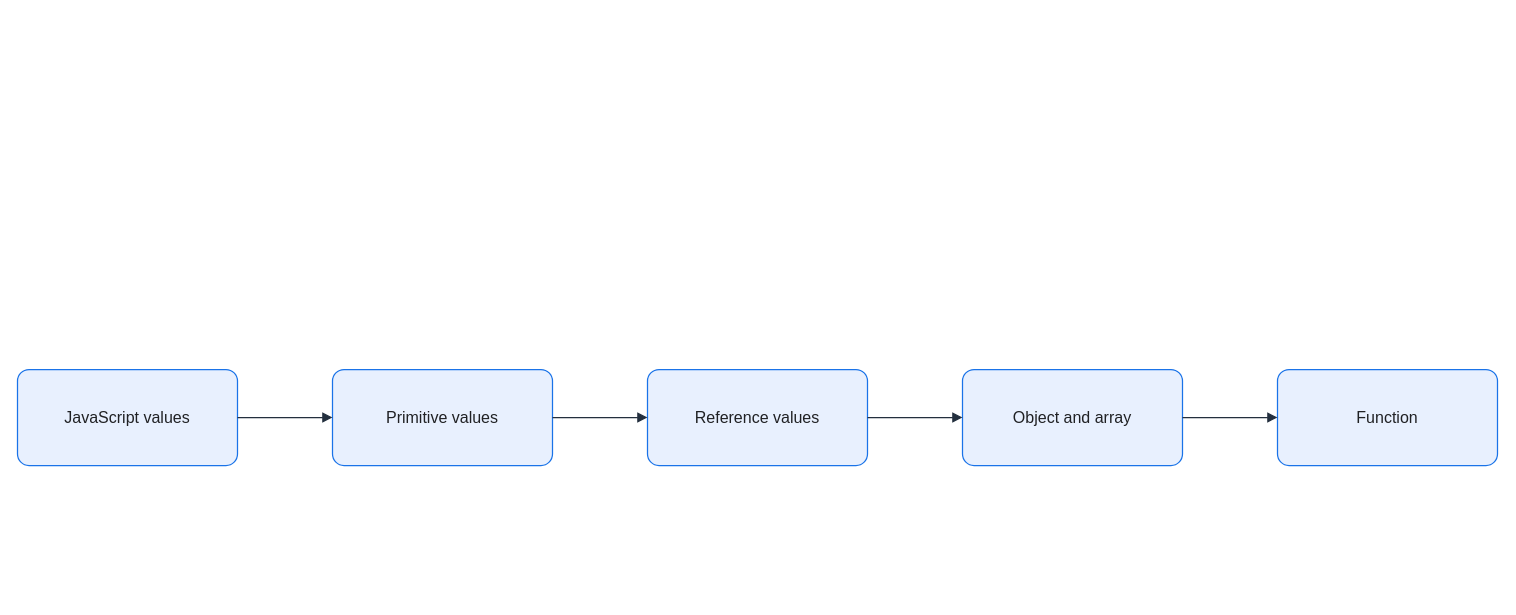
The draw.io diagram assets/img/javascript/javascript-data-type-model.drawio in KKamJi98/kkamji98.github.io, before the edit. Source tidied: cells renumbered, new cells numbered last; positions are measured from the earlier drawing's top-left corner, leaving out a move shared by most shapes. Both pictures are drawn from the tidied source at 100%, with x=0, y=0 at pixel (17, 369).
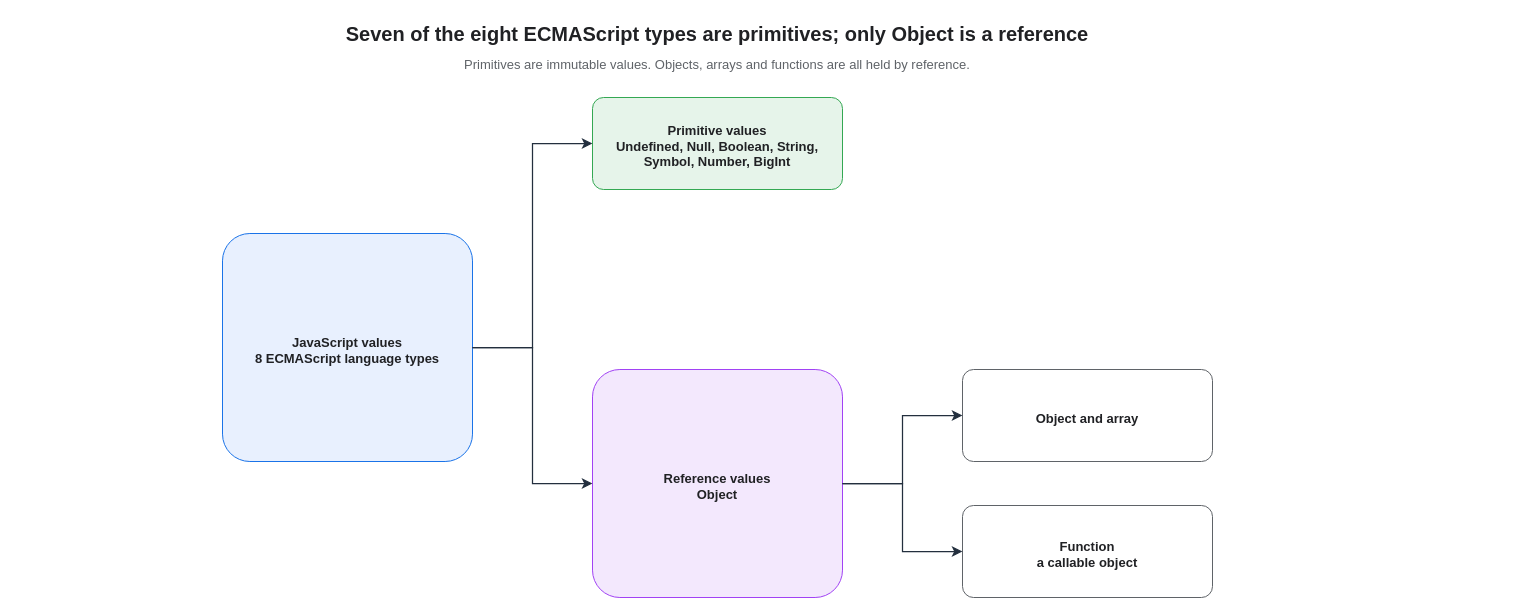
After the change.

Diff of the diagram source:
```diff
@@
 <mxGraphModel background="#FFFFFF">
   <root>
     <mxCell id="0" />
     <mxCell id="1" parent="0" />
-    <mxCell id="2" value="JavaScript values" style="rounded=1;arcSize=12;whiteSpace=wrap;html=0;fillColor=#E8F0FE;strokeColor=#1A73E8;strokeWidth=1.25;fontColor=#202124;fontSize=16;align=center;verticalAlign=middle;spacing=8;shadow=0;" parent="1" vertex="1">
-      <mxGeometry width="220" height="96" as="geometry" />
-    </mxCell>
-    <mxCell id="3" value="Primitive values" style="rounded=1;arcSize=12;whiteSpace=wrap;html=0;fillColor=#E8F0FE;strokeColor=#1A73E8;strokeWidth=1.25;fontColor=#202124;fontSize=16;align=center;verticalAlign=middle;spacing=8;shadow=0;" parent="1" vertex="1">
-      <mxGeometry x="315" width="220" height="96" as="geometry" />
-    </mxCell>
-    <mxCell id="4" value="Reference values" style="rounded=1;arcSize=12;whiteSpace=wrap;html=0;fillColor=#E8F0FE;strokeColor=#1A73E8;strokeWidth=1.25;fontColor=#202124;fontSize=16;align=center;verticalAlign=middle;spacing=8;shadow=0;" parent="1" vertex="1">
-      <mxGeometry x="630" width="220" height="96" as="geometry" />
-    </mxCell>
+    <mxCell id="11" value="Seven of the eight ECMAScript types are primitives; only Object is a reference" style="text;html=0;strokeColor=none;fillColor=none;align=center;verticalAlign=middle;fontColor=#202124;fontSize=20;fontStyle=1;" parent="1" vertex="1">
+      <mxGeometry x="205" y="-352" width="990" height="30" as="geometry" />
+    </mxCell>
+    <mxCell id="12" value="Primitives are immutable values. Objects, arrays and functions are all held by reference." style="text;html=0;strokeColor=none;fillColor=none;align=center;verticalAlign=middle;fontColor=#5F6368;fontSize=13;" parent="1" vertex="1">
+      <mxGeometry x="205" y="-318" width="990" height="24" as="geometry" />
+    </mxCell>
+    <mxCell id="13" value="JavaScript values&#10;8 ECMAScript language types" style="rounded=1;whiteSpace=wrap;html=0;arcSize=12;fillColor=#E8F0FE;strokeColor=#1A73E8;fontColor=#202124;fontSize=13;fontStyle=1;align=center;verticalAlign=middle;spacingTop=6;spacingLeft=6;spacingRight=6;" parent="1" vertex="1">
+      <mxGeometry x="205" y="-136" width="250" height="228" as="geometry" />
+    </mxCell>
+    <mxCell id="14" value="Primitive values&#10;Undefined, Null, Boolean, String, Symbol, Number, BigInt" style="rounded=1;whiteSpace=wrap;html=0;arcSize=12;fillColor=#E6F4EA;strokeColor=#34A853;fontColor=#202124;fontSize=13;fontStyle=1;align=center;verticalAlign=middle;spacingTop=6;spacingLeft=6;spacingRight=6;" parent="1" vertex="1">
+      <mxGeometry x="575" y="-272" width="250" height="92" as="geometry" />
+    </mxCell>
+    <mxCell id="15" value="Reference values&#10;Object" style="rounded=1;whiteSpace=wrap;html=0;arcSize=12;fillColor=#F3E8FD;strokeColor=#A142F4;fontColor=#202124;fontSize=13;fontStyle=1;align=center;verticalAlign=middle;spacingTop=6;spacingLeft=6;spacingRight=6;" parent="1" vertex="1">
+      <mxGeometry x="575" width="250" height="228" as="geometry" />
+    </mxCell>
-    <mxCell id="5" value="Object and array" style="rounded=1;arcSize=12;whiteSpace=wrap;html=0;fillColor=#E8F0FE;strokeColor=#1A73E8;strokeWidth=1.25;fontColor=#202124;fontSize=16;align=center;verticalAlign=middle;spacing=8;shadow=0;" parent="1" vertex="1">
-      <mxGeometry x="945" width="220" height="96" as="geometry" />
+    <mxCell id="5" value="Object and array" style="rounded=1;whiteSpace=wrap;html=0;arcSize=12;fillColor=#FFFFFF;strokeColor=#5F6368;fontColor=#202124;fontSize=13;fontStyle=1;align=center;verticalAlign=middle;spacingTop=6;spacingLeft=6;spacingRight=6;" parent="1" vertex="1">
+      <mxGeometry x="945" width="250" height="92" as="geometry" />
     </mxCell>
-    <mxCell id="6" value="Function" style="rounded=1;arcSize=12;whiteSpace=wrap;html=0;fillColor=#E8F0FE;strokeColor=#1A73E8;strokeWidth=1.25;fontColor=#202124;fontSize=16;align=center;verticalAlign=middle;spacing=8;shadow=0;" parent="1" vertex="1">
-      <mxGeometry x="1260" width="220" height="96" as="geometry" />
-    </mxCell>
-    <mxCell id="7" style="edgeStyle=orthogonalEdgeStyle;rounded=0;jettySize=auto;html=0;endArrow=block;endFill=1;strokeColor=#232F3E;strokeWidth=1.25;fontColor=#202124;labelBackgroundColor=none;exitX=1;exitY=0.5;exitDx=0;exitDy=0;entryX=0;entryY=0.5;entryDx=0;entryDy=0;endSize=7;" parent="1" edge="1" source="2" target="3">
-      <mxGeometry relative="1" as="geometry" />
-    </mxCell>
-    <mxCell id="8" style="edgeStyle=orthogonalEdgeStyle;rounded=0;jettySize=auto;html=0;endArrow=block;endFill=1;strokeColor=#232F3E;strokeWidth=1.25;fontColor=#202124;labelBackgroundColor=none;exitX=1;exitY=0.5;exitDx=0;exitDy=0;entryX=0;entryY=0.5;entryDx=0;entryDy=0;endSize=7;" parent="1" edge="1" source="3" target="4">
-      <mxGeometry relative="1" as="geometry" />
-    </mxCell>
-    <mxCell id="9" style="edgeStyle=orthogonalEdgeStyle;rounded=0;jettySize=auto;html=0;endArrow=block;endFill=1;strokeColor=#232F3E;strokeWidth=1.25;fontColor=#202124;labelBackgroundColor=none;exitX=1;exitY=0.5;exitDx=0;exitDy=0;entryX=0;entryY=0.5;entryDx=0;entryDy=0;endSize=7;" parent="1" edge="1" source="4" target="5">
-      <mxGeometry relative="1" as="geometry" />
-    </mxCell>
-    <mxCell id="10" style="edgeStyle=orthogonalEdgeStyle;rounded=0;jettySize=auto;html=0;endArrow=block;endFill=1;strokeColor=#232F3E;strokeWidth=1.25;fontColor=#202124;labelBackgroundColor=none;exitX=1;exitY=0.5;exitDx=0;exitDy=0;entryX=0;entryY=0.5;entryDx=0;entryDy=0;endSize=7;" parent="1" edge="1" source="5" target="6">
-      <mxGeometry relative="1" as="geometry" />
-    </mxCell>
+    <mxCell id="16" value="Function&#10;a callable object" style="rounded=1;whiteSpace=wrap;html=0;arcSize=12;fillColor=#FFFFFF;strokeColor=#5F6368;fontColor=#202124;fontSize=13;fontStyle=1;align=center;verticalAlign=middle;spacingTop=6;spacingLeft=6;spacingRight=6;" parent="1" vertex="1">
+      <mxGeometry x="945" y="136" width="250" height="92" as="geometry" />
+    </mxCell>
+    <mxCell id="17" style="edgeStyle=orthogonalEdgeStyle;rounded=0;html=0;strokeColor=#232F3E;strokeWidth=1.25;endArrow=classic;endFill=1;endSize=7;fontSize=11;fontColor=#202124;labelBackgroundColor=none;exitX=1;exitY=0.5;entryX=0;entryY=0.5;exitDx=0;exitDy=0;entryDx=0;entryDy=0;" parent="1" edge="1" source="13" target="14">
+      <mxGeometry relative="1" as="geometry">
+        <Array as="points">
+          <mxPoint x="515" y="-22" />
+          <mxPoint x="515" y="-226" />
+        </Array>
+      </mxGeometry>
+    </mxCell>
+    <mxCell id="18" style="edgeStyle=orthogonalEdgeStyle;rounded=0;html=0;strokeColor=#232F3E;strokeWidth=1.25;endArrow=classic;endFill=1;endSize=7;fontSize=11;fontColor=#202124;labelBackgroundColor=none;exitX=1;exitY=0.5;entryX=0;entryY=0.5;exitDx=0;exitDy=0;entryDx=0;entryDy=0;" parent="1" edge="1" source="13" target="15">
+      <mxGeometry relative="1" as="geometry">
+        <Array as="points">
+          <mxPoint x="515" y="-22" />
+          <mxPoint x="515" y="114" />
+        </Array>
+      </mxGeometry>
+    </mxCell>
+    <mxCell id="19" style="edgeStyle=orthogonalEdgeStyle;rounded=0;html=0;strokeColor=#232F3E;strokeWidth=1.25;endArrow=classic;endFill=1;endSize=7;fontSize=11;fontColor=#202124;labelBackgroundColor=none;exitX=1;exitY=0.5;entryX=0;entryY=0.5;exitDx=0;exitDy=0;entryDx=0;entryDy=0;" parent="1" edge="1" source="15" target="5">
+      <mxGeometry relative="1" as="geometry" />
+    </mxCell>
+    <mxCell id="20" style="edgeStyle=orthogonalEdgeStyle;rounded=0;html=0;strokeColor=#232F3E;strokeWidth=1.25;endArrow=classic;endFill=1;endSize=7;fontSize=11;fontColor=#202124;labelBackgroundColor=none;exitX=1;exitY=0.5;entryX=0;entryY=0.5;exitDx=0;exitDy=0;entryDx=0;entryDy=0;" parent="1" edge="1" source="15" target="16">
+      <mxGeometry relative="1" as="geometry">
+        <Array as="points">
+          <mxPoint x="885" y="114" />
+          <mxPoint x="885" y="182" />
+        </Array>
+      </mxGeometry>
+    </mxCell>
   </root>
 </mxGraphModel>
```
